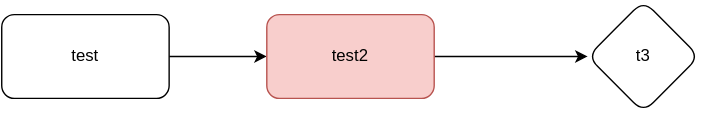
Before: sandbox.drawio.svg, a diagram exported from draw.io (lig-noppy/sandbox-doc). Source tidied: cells renumbered, new cells last; positions are measured from the earlier drawing's top-left corner, leaving out a move shared by most shapes.
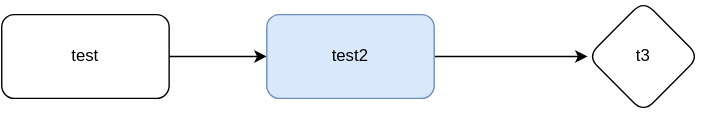
The same diagram one commit later.

Commit message:
sandbox.drawio.svg を更新します

Change to the diagram source:
```diff
@@ -11,7 +11,7 @@
     <mxCell id="4" style="edgeStyle=orthogonalEdgeStyle;rounded=0;jettySize=auto;html=1;" parent="1" edge="1" source="5" target="6">
       <mxGeometry relative="1" as="geometry" />
     </mxCell>
-    <mxCell id="5" value="test2" style="whiteSpace=wrap;html=1;rounded=1;fillColor=#f8cecc;strokeColor=#b85450;" parent="1" vertex="1">
+    <mxCell id="5" value="test2" style="whiteSpace=wrap;html=1;rounded=1;fillColor=#dae8fc;strokeColor=#6c8ebf;" parent="1" vertex="1">
       <mxGeometry x="190" y="10" width="120" height="60" as="geometry" />
     </mxCell>
     <mxCell id="6" value="t3" style="rhombus;whiteSpace=wrap;html=1;rounded=1;" parent="1" vertex="1">
```
